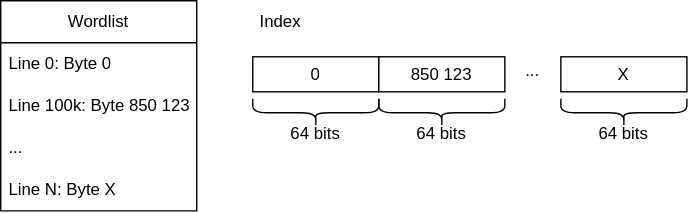
tommilostny/DIP_2025_2026 keeps this draw.io diagram as thesis/obrazky-figures/wordlist_indexing.svg. Above is the earlier version. Source tidied: cells renumbered, new cells last; positions are measured from the earlier drawing's top-left corner, leaving out a move shared by most shapes.
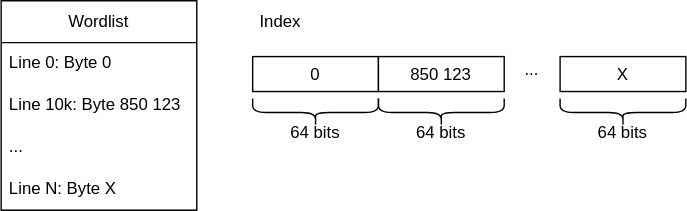
The same diagram one commit later.

The edit, as a diff of the source:
```diff
@@ -8,7 +8,7 @@
     <mxCell id="3" value="Line 0: Byte 0" style="text;strokeColor=none;fillColor=none;align=left;verticalAlign=middle;spacingLeft=4;spacingRight=4;overflow=hidden;whiteSpace=wrap;html=1;" parent="2" vertex="1">
       <mxGeometry y="30" width="140" height="30" as="geometry" />
     </mxCell>
-    <mxCell id="4" value="Line 100k: Byte 850 123" style="text;strokeColor=none;fillColor=none;align=left;verticalAlign=middle;spacingLeft=4;spacingRight=4;overflow=hidden;whiteSpace=wrap;html=1;" parent="2" vertex="1">
+    <mxCell id="4" value="Line 10k: Byte 850 123" style="text;strokeColor=none;fillColor=none;align=left;verticalAlign=middle;spacingLeft=4;spacingRight=4;overflow=hidden;whiteSpace=wrap;html=1;" parent="2" vertex="1">
       <mxGeometry y="60" width="140" height="30" as="geometry" />
     </mxCell>
     <mxCell id="5" value="..." style="text;strokeColor=none;fillColor=none;align=left;verticalAlign=middle;spacingLeft=4;spacingRight=4;overflow=hidden;whiteSpace=wrap;html=1;" parent="2" vertex="1">
```
